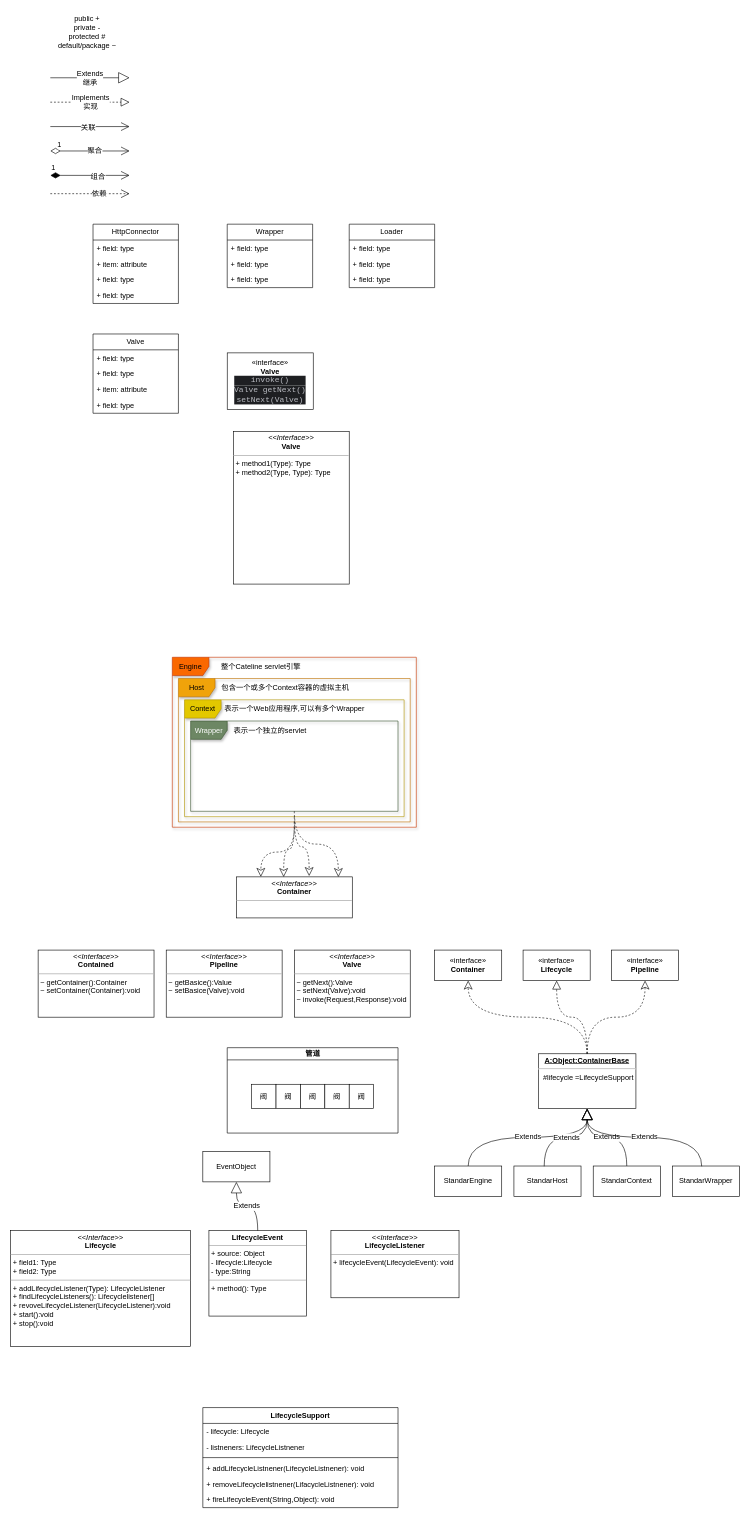
Before: tomcat.drawio in Renjiankang/demo1, a draw.io diagram. Source tidied: cells renumbered, new cells numbered last; positions are measured from the earlier drawing's top-left corner, leaving out a move shared by most shapes. Both pictures are drawn from the tidied source at 61%, with x=0, y=0 at pixel (10, 10).
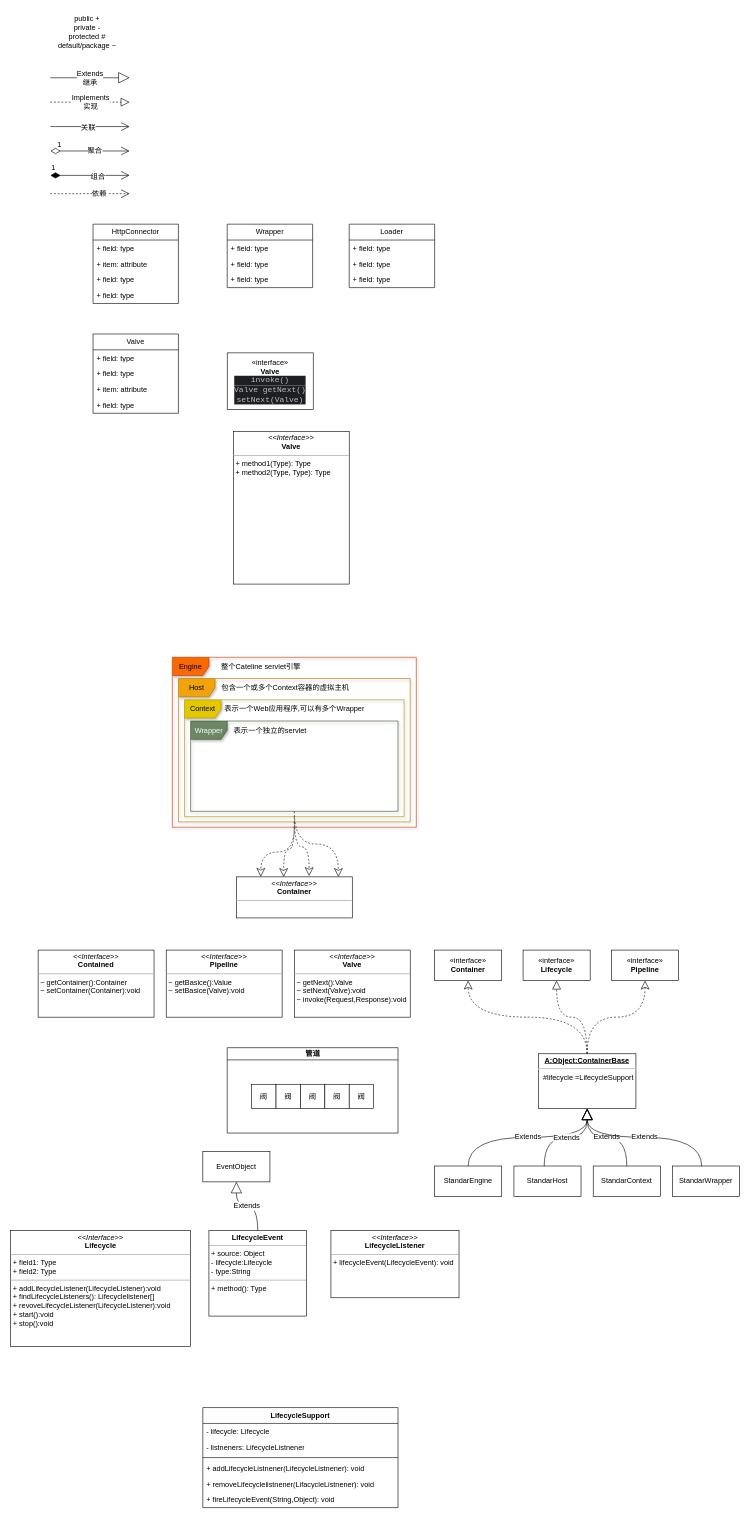
The same diagram, later.

Diff of the diagram source:
```diff
@@
-    <mxCell id="61" value="&lt;p style=&quot;margin:0px;margin-top:4px;text-align:center;&quot;&gt;&lt;i&gt;&amp;lt;&amp;lt;Interface&amp;gt;&amp;gt;&lt;/i&gt;&lt;br&gt;&lt;b&gt;Lifecycle&lt;/b&gt;&lt;/p&gt;&lt;hr size=&quot;1&quot;&gt;&lt;p style=&quot;margin:0px;margin-left:4px;&quot;&gt;+ field1: Type&lt;br&gt;+ field2: Type&lt;/p&gt;&lt;hr size=&quot;1&quot;&gt;&lt;p style=&quot;margin:0px;margin-left:4px;&quot;&gt;+ addLifecycleListener(Type): LifecycleListener&lt;br&gt;+ findLifecycleListeners(): Lifecyclelistener[]&lt;/p&gt;&lt;p style=&quot;margin:0px;margin-left:4px;&quot;&gt;+ revoveLifecycleListener(LifecycleListener):void&lt;/p&gt;&lt;p style=&quot;margin:0px;margin-left:4px;&quot;&gt;+ start():void&lt;/p&gt;&lt;p style=&quot;margin:0px;margin-left:4px;&quot;&gt;+ stop():void&lt;/p&gt;" style="verticalAlign=top;align=left;overflow=fill;fontSize=12;fontFamily=Helvetica;html=1;whiteSpace=wrap;rounded=0;strokeColor=default;fontColor=default;fillColor=default;" parent="1" vertex="1">
+    <mxCell id="61" value="&lt;p style=&quot;margin:0px;margin-top:4px;text-align:center;&quot;&gt;&lt;i&gt;&amp;lt;&amp;lt;Interface&amp;gt;&amp;gt;&lt;/i&gt;&lt;br&gt;&lt;b&gt;Lifecycle&lt;/b&gt;&lt;/p&gt;&lt;hr size=&quot;1&quot;&gt;&lt;p style=&quot;margin:0px;margin-left:4px;&quot;&gt;+ field1: Type&lt;br&gt;+ field2: Type&lt;/p&gt;&lt;hr size=&quot;1&quot;&gt;&lt;p style=&quot;margin:0px;margin-left:4px;&quot;&gt;+ addLifecycleListener(LifecycleListener):void&lt;br&gt;+ findLifecycleListeners(): Lifecyclelistener[]&lt;/p&gt;&lt;p style=&quot;margin:0px;margin-left:4px;&quot;&gt;+ revoveLifecycleListener(LifecycleListener):void&lt;/p&gt;&lt;p style=&quot;margin:0px;margin-left:4px;&quot;&gt;+ start():void&lt;/p&gt;&lt;p style=&quot;margin:0px;margin-left:4px;&quot;&gt;+ stop():void&lt;/p&gt;" style="verticalAlign=top;align=left;overflow=fill;fontSize=12;fontFamily=Helvetica;html=1;whiteSpace=wrap;rounded=0;strokeColor=default;fontColor=default;fillColor=default;" parent="1" vertex="1">
       <mxGeometry y="2000" width="295" height="190" as="geometry" />
     </mxCell>
```
